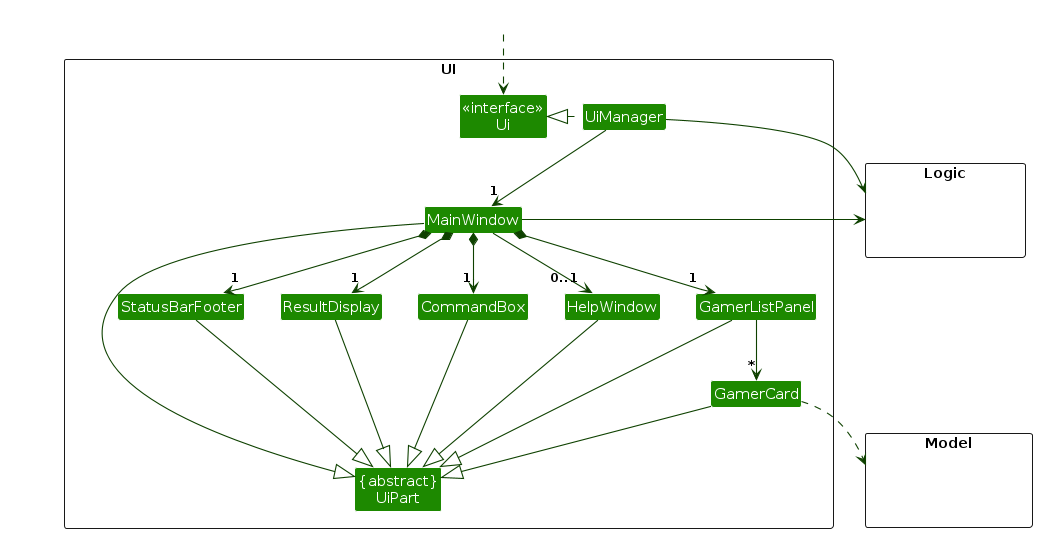
This is diagrams/UiClassDiagram.png from AY2526S2-CS2103-F13-1/tp, a PlantUML export, as it was before one commit. Its source is kept beside it as diagrams/UiClassDiagram.puml.
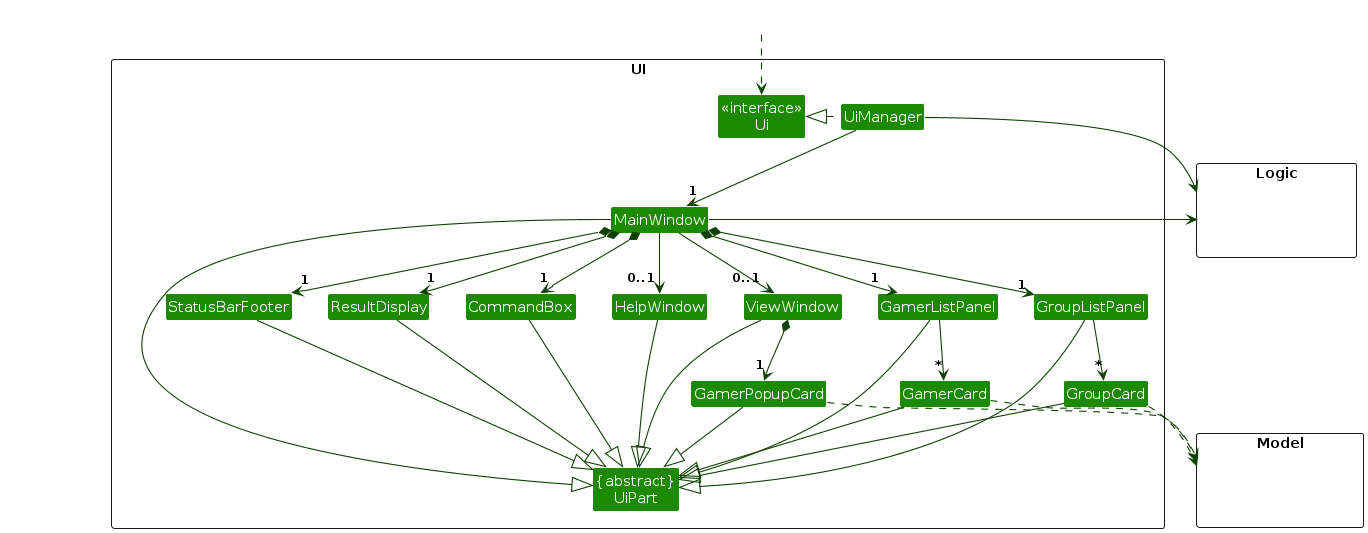
The same diagram one commit later.

The edit, as a diff of the source:
```diff
@@ -13,6 +13,10 @@
 Class ResultDisplay
 Class GamerListPanel
 Class GamerCard
+Class GroupListPanel
+Class GroupCard
+Class ViewWindow
+Class GamerPopupCard
 Class StatusBarFooter
 Class CommandBox
 }
@@ -33,10 +37,14 @@
 MainWindow *-down->  "1" CommandBox
 MainWindow *-down-> "1" ResultDisplay
 MainWindow *-down-> "1" GamerListPanel
+MainWindow *-down-> "1" GroupListPanel
 MainWindow *-down-> "1" StatusBarFooter
 MainWindow --> "0..1" HelpWindow
+MainWindow --> "0..1" ViewWindow
 
 GamerListPanel -down-> "*" GamerCard
+GroupListPanel -down-> "*" GroupCard
+ViewWindow *-down-> "1" GamerPopupCard
 
 MainWindow -left-|> UiPart
 
@@ -44,10 +52,16 @@
 CommandBox --|> UiPart
 GamerListPanel --|> UiPart
 GamerCard --|> UiPart
+GroupListPanel --|> UiPart
+GroupCard --|> UiPart
 StatusBarFooter --|> UiPart
 HelpWindow --|> UiPart
+ViewWindow --|> UiPart
+GamerPopupCard --|> UiPart
 
 GamerCard ..> Model
+GroupCard ..> Model
+GamerPopupCard ..> Model
 UiManager -right-> Logic
 MainWindow -left-> Logic
 
@@ -55,6 +69,8 @@
 HelpWindow -[hidden]left- CommandBox
 CommandBox -[hidden]left- ResultDisplay
 ResultDisplay -[hidden]left- StatusBarFooter
+GroupListPanel -[hidden]left- GamerListPanel
+ViewWindow -[hidden]left- HelpWindow
 
 MainWindow -[hidden]-|> UiPart
 @enduml
```
